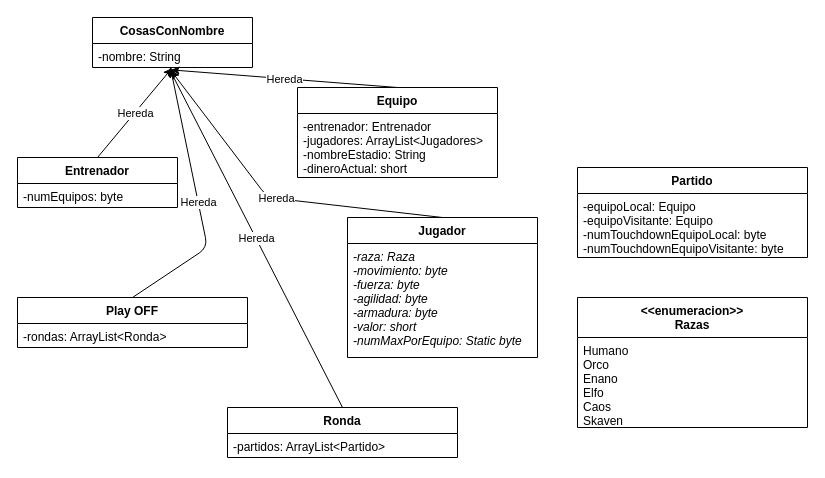
This is Diagrama Trabajo Final.drawio from FernandoClaudioMorenoSedano/ProyectoProgramacion, a draw.io file, before an edit. Source tidied: cells renumbered, new cells numbered last; positions are measured from the earlier drawing's top-left corner, leaving out a move shared by most shapes. Both pictures are drawn from the tidied source at 100%, with x=0, y=0 at pixel (17, 17).
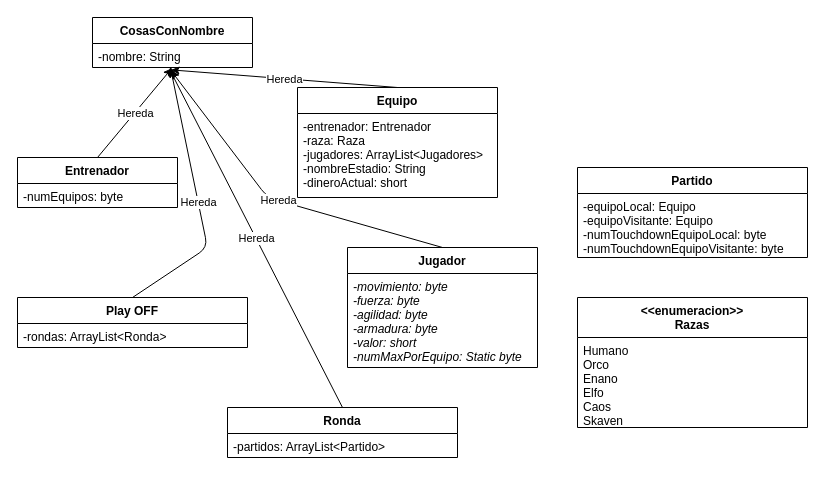
Above is the later version.

Diff of the diagram source:
```diff
@@
     <mxCell id="2" value="Equipo" style="swimlane;fontStyle=1;align=center;verticalAlign=top;horizontal=1;startSize=26;rounded=0;shadow=0;strokeWidth=1;" parent="1" vertex="1">
-      <mxGeometry x="280" y="70" width="200" height="90" as="geometry" />
+      <mxGeometry x="280" y="70" width="200" height="110" as="geometry" />
     </mxCell>
-    <mxCell id="3" value="-entrenador: Entrenador&#10;-jugadores: ArrayList&lt;Jugadores&gt;&#10;-nombreEstadio: String&#10;-dineroActual: short" style="text;align=left;verticalAlign=top;spacingLeft=4;spacingRight=4;overflow=hidden;" parent="2" vertex="1">
-      <mxGeometry y="26" width="200" height="64" as="geometry" />
+    <mxCell id="3" value="-entrenador: Entrenador&#10;-raza: Raza&#10;-jugadores: ArrayList&lt;Jugadores&gt;&#10;-nombreEstadio: String&#10;-dineroActual: short" style="text;align=left;verticalAlign=top;spacingLeft=4;spacingRight=4;overflow=hidden;" parent="2" vertex="1">
+      <mxGeometry y="26" width="200" height="84" as="geometry" />
     </mxCell>
     <mxCell id="4" value="Jugador" style="swimlane;fontStyle=1;align=center;verticalAlign=top;horizontal=1;startSize=26;rounded=0;shadow=0;strokeWidth=1;" parent="1" vertex="1">
-      <mxGeometry x="330" y="200" width="190" height="140" as="geometry" />
+      <mxGeometry x="330" y="230" width="190" height="120" as="geometry" />
     </mxCell>
-    <mxCell id="5" value="-raza: Raza&#10;-movimiento: byte&#10;-fuerza: byte&#10;-agilidad: byte&#10;-armadura: byte&#10;-valor: short&#10;-numMaxPorEquipo: Static byte" style="text;align=left;verticalAlign=top;spacingLeft=4;spacingRight=4;overflow=hidden;fontStyle=2;" parent="4" vertex="1">
-      <mxGeometry y="26" width="190" height="114" as="geometry" />
+    <mxCell id="5" value="-movimiento: byte&#10;-fuerza: byte&#10;-agilidad: byte&#10;-armadura: byte&#10;-valor: short&#10;-numMaxPorEquipo: Static byte" style="text;align=left;verticalAlign=top;spacingLeft=4;spacingRight=4;overflow=hidden;fontStyle=2;" parent="4" vertex="1">
+      <mxGeometry y="26" width="190" height="94" as="geometry" />
     </mxCell>
```
